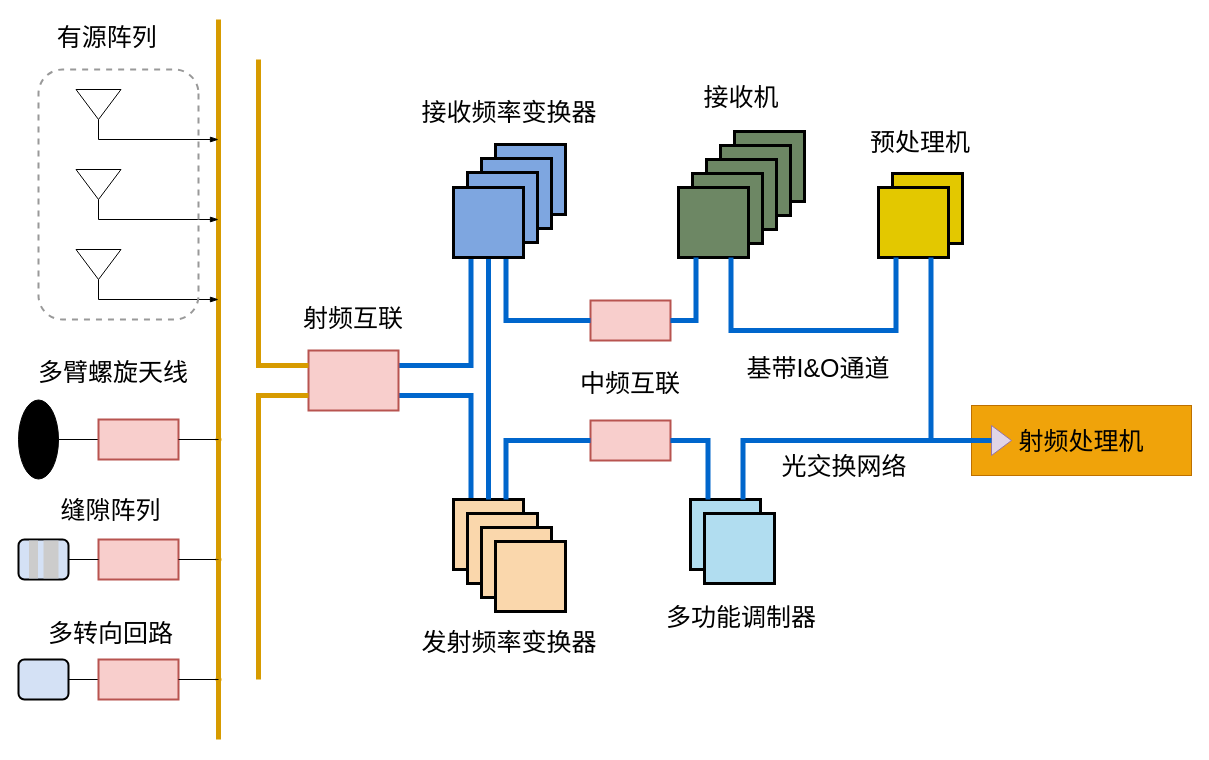
This is Untitled Diagram.drawio from debeetle/Drawio, a draw.io file, before an edit. Source tidied: cells renumbered, new cells numbered last; positions are measured from the earlier drawing's top-left corner, leaving out a move shared by most shapes. Both pictures are drawn from the tidied source at 100%, with x=0, y=0 at pixel (18, 19).
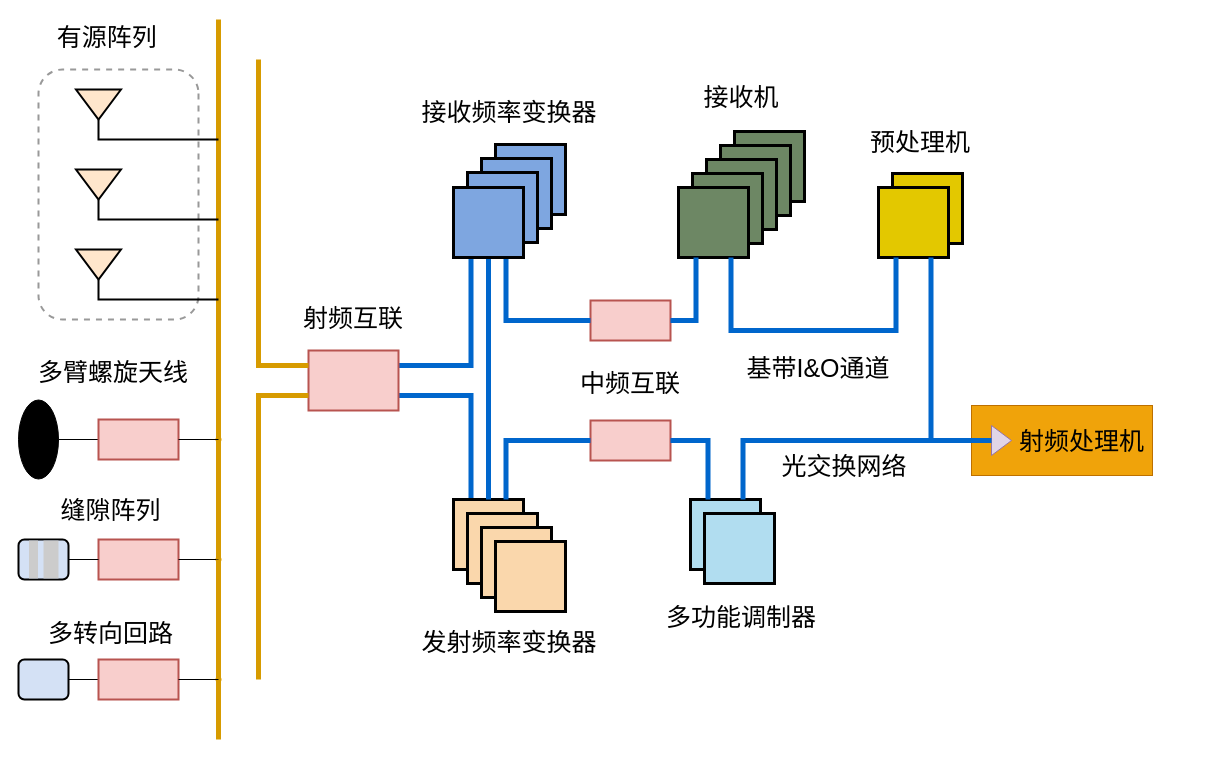
Above is the later version.

The edit, as a diff of the source:
```diff
@@
+    <mxCell id="48" style="rounded=1;fillColor=none;direction=south;dashed=1;strokeWidth=2;strokeColor=#999999;glass=0;fontFamily=simsun;labelBackgroundColor=none;fontSize=25;" parent="1" vertex="1">
+      <mxGeometry x="20" y="50" width="160" height="250" as="geometry" />
+    </mxCell>
@@
-    <mxCell id="41" style="triangle;direction=south;fillColor=none;rounded=0;fontFamily=simsun;labelBackgroundColor=none;fontSize=25;" parent="1" vertex="1">
+    <mxCell id="41" style="triangle;direction=south;fillColor=#ffe6cc;rounded=0;fontFamily=simsun;labelBackgroundColor=none;fontSize=25;strokeColor=#000000;strokeWidth=2;" parent="1" vertex="1">
       <mxGeometry x="57.5" y="230" width="45" height="30" as="geometry" />
     </mxCell>
-    <mxCell id="42" style="endArrow=blockThin;rounded=0;exitX=1;exitY=0.5;exitDx=0;exitDy=0;edgeStyle=orthogonalEdgeStyle;endFill=1;fontFamily=simsun;labelBackgroundColor=none;fontSize=25;" parent="1" edge="1" source="41">
+    <mxCell id="42" style="endArrow=none;rounded=0;exitX=1;exitY=0.5;exitDx=0;exitDy=0;edgeStyle=orthogonalEdgeStyle;endFill=0;fontFamily=simsun;labelBackgroundColor=none;fontSize=25;strokeWidth=2;" parent="1" edge="1" source="41">
       <mxGeometry relative="1" as="geometry">
         <mxPoint x="200" y="280" as="targetPoint" />
         <Array as="points">
           <mxPoint x="80" y="280" />
         </Array>
       </mxGeometry>
     </mxCell>
-    <mxCell id="43" style="triangle;direction=south;fillColor=none;rounded=0;fontFamily=simsun;labelBackgroundColor=none;fontSize=25;" parent="1" vertex="1">
+    <mxCell id="43" style="triangle;direction=south;fillColor=#ffe6cc;rounded=0;fontFamily=simsun;labelBackgroundColor=none;fontSize=25;strokeColor=#000000;strokeWidth=2;" parent="1" vertex="1">
       <mxGeometry x="57.5" y="150" width="45" height="30" as="geometry" />
     </mxCell>
-    <mxCell id="44" style="endArrow=blockThin;rounded=0;exitX=1;exitY=0.5;exitDx=0;exitDy=0;edgeStyle=orthogonalEdgeStyle;endFill=1;fontFamily=simsun;labelBackgroundColor=none;fontSize=25;" parent="1" edge="1" source="43">
+    <mxCell id="44" style="endArrow=none;rounded=0;exitX=1;exitY=0.5;exitDx=0;exitDy=0;edgeStyle=orthogonalEdgeStyle;endFill=0;fontFamily=simsun;labelBackgroundColor=none;fontSize=25;strokeWidth=2;" parent="1" edge="1" source="43">
       <mxGeometry relative="1" as="geometry">
         <mxPoint x="200" y="200" as="targetPoint" />
         <Array as="points">
           <mxPoint x="80" y="200" />
         </Array>
       </mxGeometry>
     </mxCell>
-    <mxCell id="45" style="triangle;direction=south;fillColor=none;rounded=0;fontFamily=simsun;labelBackgroundColor=none;fontSize=25;" parent="1" vertex="1">
+    <mxCell id="45" style="triangle;direction=south;fillColor=#ffe6cc;rounded=0;fontFamily=simsun;labelBackgroundColor=none;fontSize=25;strokeColor=#000000;strokeWidth=2;" parent="1" vertex="1">
       <mxGeometry x="57.5" y="70" width="45" height="30" as="geometry" />
     </mxCell>
-    <mxCell id="46" style="endArrow=blockThin;rounded=0;exitX=1;exitY=0.5;exitDx=0;exitDy=0;edgeStyle=orthogonalEdgeStyle;endFill=1;fontFamily=simsun;labelBackgroundColor=none;fontSize=25;" parent="1" edge="1" source="45">
+    <mxCell id="46" style="endArrow=none;rounded=0;exitX=1;exitY=0.5;exitDx=0;exitDy=0;edgeStyle=orthogonalEdgeStyle;endFill=0;fontFamily=simsun;labelBackgroundColor=none;fontSize=25;strokeWidth=2;" parent="1" edge="1" source="45">
       <mxGeometry relative="1" as="geometry">
         <mxPoint x="200" y="120" as="targetPoint" />
         <Array as="points">
           <mxPoint x="80" y="120" />
         </Array>
       </mxGeometry>
     </mxCell>
@@
-    <mxCell id="48" style="rounded=1;fillColor=none;direction=south;dashed=1;strokeWidth=2;strokeColor=#999999;glass=0;fontFamily=simsun;labelBackgroundColor=none;fontSize=25;" parent="1" vertex="1">
-      <mxGeometry x="20" y="50" width="160" height="250" as="geometry" />
-    </mxCell>
@@
-    <mxCell id="79" value="&lt;font face=&quot;宋体&quot; style=&quot;font-size: 25px;&quot;&gt;射频处理机&lt;/font&gt;" style="html=1;whiteSpace=wrap;fillColor=#f0a30a;strokeColor=#BD7000;fontColor=#000000;fontFamily=simsun;" parent="1" vertex="1">
-      <mxGeometry x="953" y="386" width="220" height="70" as="geometry" />
+    <mxCell id="79" value="&lt;blockquote style=&quot;margin: 0 0 0 40px; border: none; padding: 0px;&quot;&gt;&lt;div style=&quot;&quot;&gt;&lt;span style=&quot;font-size: 25px; font-family: 宋体; background-color: initial;&quot;&gt;射频处理机&lt;/span&gt;&lt;/div&gt;&lt;/blockquote&gt;" style="html=1;whiteSpace=wrap;fillColor=#f0a30a;strokeColor=#BD7000;fontColor=#000000;fontFamily=simsun;align=center;verticalAlign=middle;" parent="1" vertex="1">
+      <mxGeometry x="953" y="386" width="181" height="70" as="geometry" />
     </mxCell>
```
